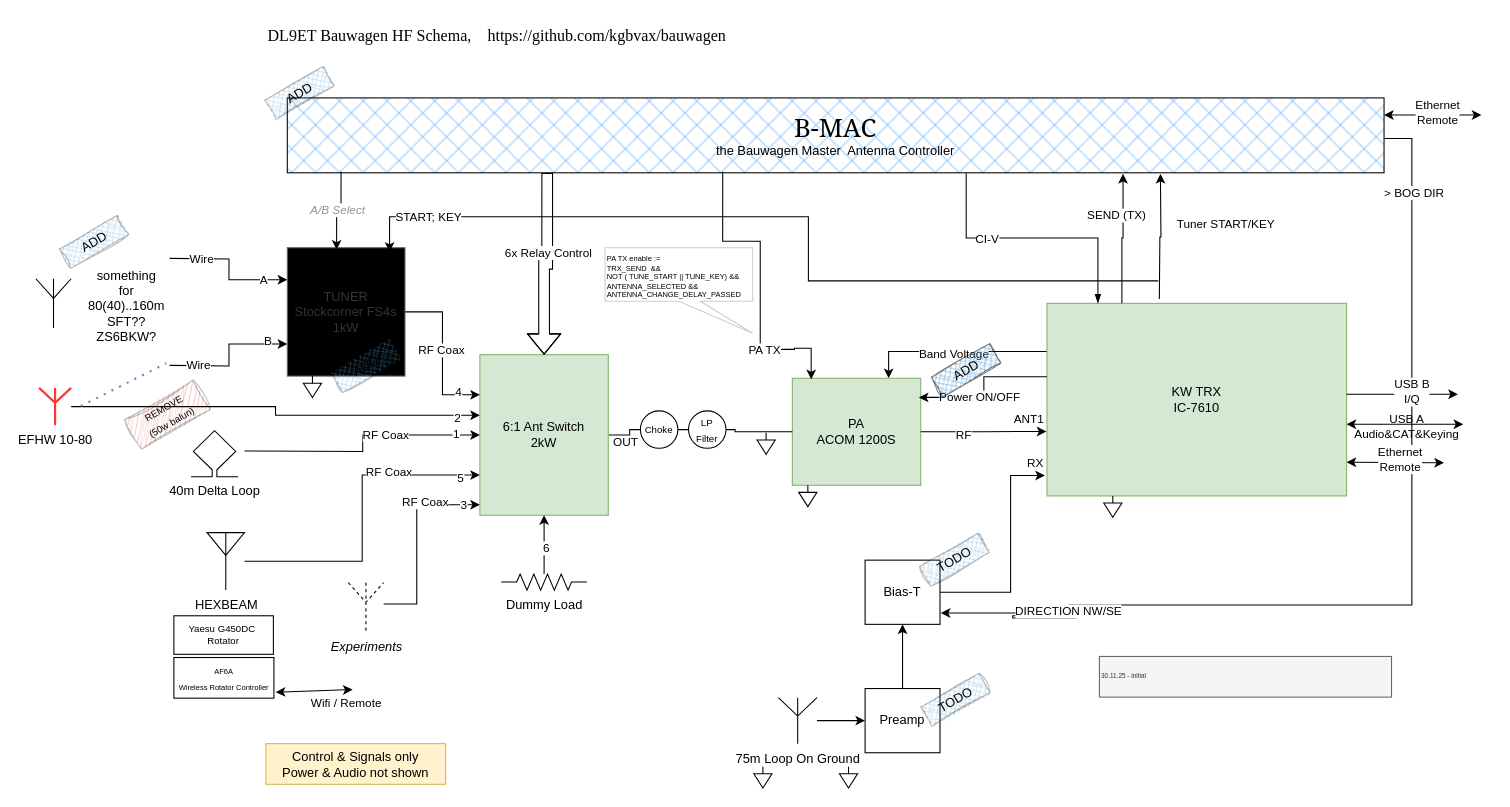
kgbvax/bauwagen keeps this draw.io diagram as BauwagenHF.drawio. Above is the earlier version. Source tidied: cells renumbered, new cells numbered last; positions are measured from the earlier drawing's top-left corner, leaving out a move shared by most shapes. Both pictures are drawn from the tidied source at 107%, with x=0, y=0 at pixel (35, 18).
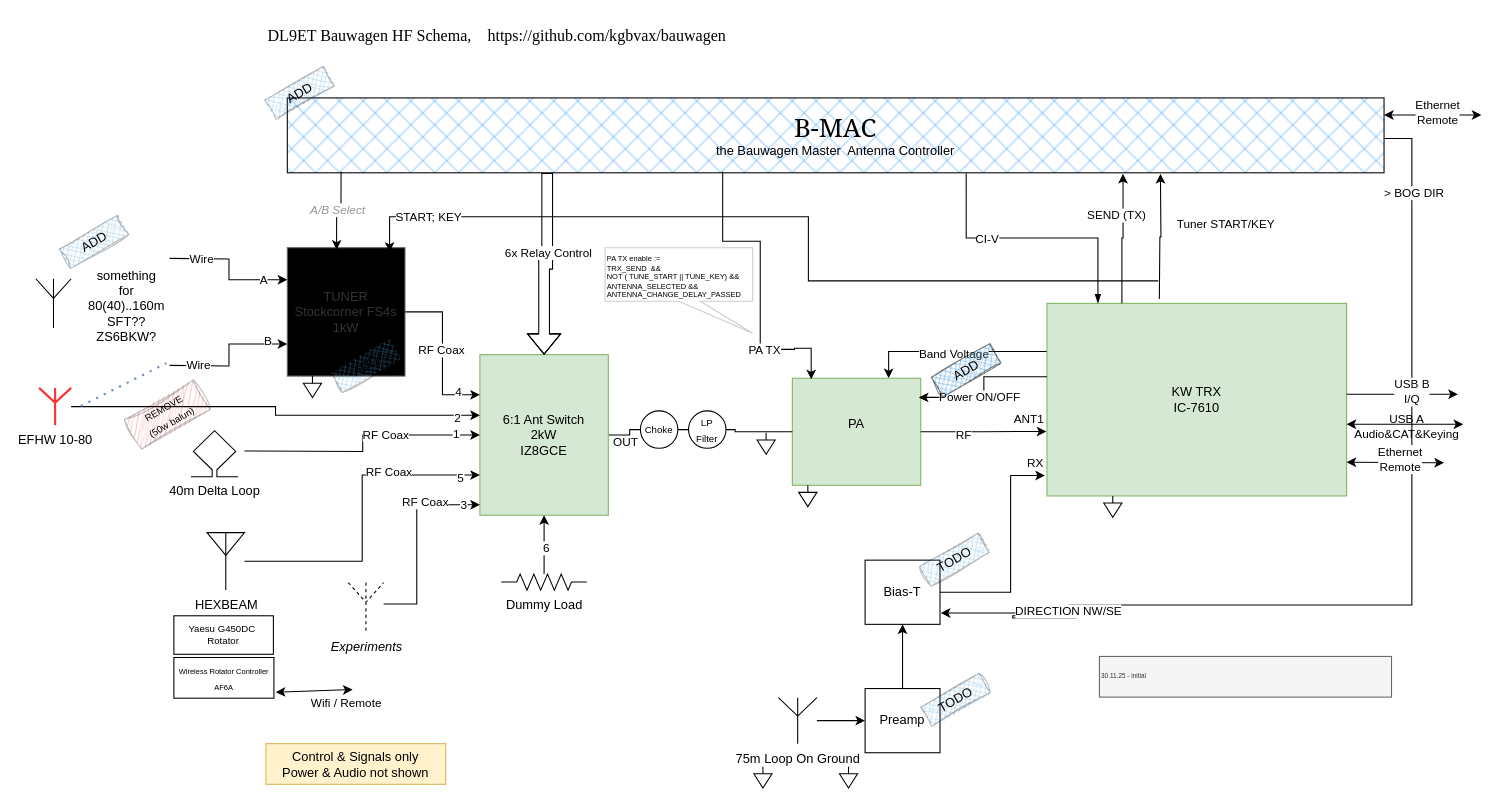
Above is the later version.

Change to the diagram source:
```diff
@@
-    <mxCell id="7" value="6:1 Ant Switch&lt;br&gt;2kW" style="rounded=0;whiteSpace=wrap;html=1;fillColor=#d5e8d4;strokeColor=#82b366;" parent="1" vertex="1">
+    <mxCell id="7" value="6:1 Ant Switch&lt;br&gt;2kW&lt;div&gt;IZ8GCE&lt;/div&gt;" style="rounded=0;whiteSpace=wrap;html=1;fillColor=#d5e8d4;strokeColor=#82b366;" parent="1" vertex="1">
       <mxGeometry x="415" y="314" width="120" height="150" as="geometry" />
     </mxCell>
@@
-    <mxCell id="9" value="PA&lt;br&gt;ACOM 1200S" style="rounded=0;whiteSpace=wrap;html=1;fillColor=#d5e8d4;strokeColor=#82b366;" parent="1" vertex="1">
+    <mxCell id="9" value="PA&lt;br&gt;&amp;nbsp;" style="rounded=0;whiteSpace=wrap;html=1;fillColor=#d5e8d4;strokeColor=#82b366;" parent="1" vertex="1">
       <mxGeometry x="707" y="336" width="120" height="100" as="geometry" />
     </mxCell>
@@
-    <mxCell id="78" value="&lt;font style=&quot;font-size: 7px;&quot;&gt;AF6A&lt;br&gt;Wireless Rotator Controller&lt;/font&gt;" style="rounded=0;whiteSpace=wrap;html=1;" parent="1" vertex="1">
+    <mxCell id="78" value="&lt;font style=&quot;font-size: 7px;&quot;&gt;Wireless Rotator Controller&lt;br&gt;AF6A&lt;br&gt;&lt;/font&gt;" style="rounded=0;whiteSpace=wrap;html=1;" parent="1" vertex="1">
       <mxGeometry x="129" y="597" width="93.5" height="38" as="geometry" />
     </mxCell>
```
